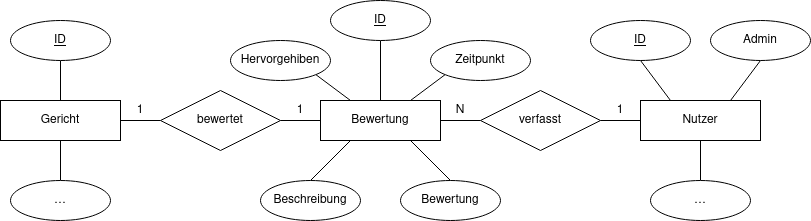
mortimervonchappuis/DBWT keeps this draw.io diagram as meilenstein_4/erm.png. Above is the earlier version. Source tidied: cells renumbered, new cells last; positions are measured from the earlier drawing's top-left corner, leaving out a move shared by most shapes.
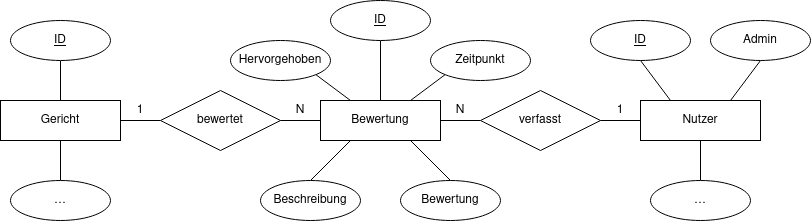
After the change.

Commit message:
fixing git issues

What changed in the source:
```diff
@@ -62,13 +62,13 @@
     <mxCell id="21" value="Bewertung" style="ellipse;whiteSpace=wrap;html=1;align=center;" parent="1" vertex="1">
       <mxGeometry x="400" y="180" width="100" height="40" as="geometry" />
     </mxCell>
-    <mxCell id="22" value="Hervorgehiben" style="ellipse;whiteSpace=wrap;html=1;align=center;" parent="1" vertex="1">
+    <mxCell id="22" value="Hervorgehoben" style="ellipse;whiteSpace=wrap;html=1;align=center;" parent="1" vertex="1">
       <mxGeometry x="230" y="40" width="100" height="40" as="geometry" />
     </mxCell>
     <mxCell id="23" value="1" style="text;html=1;strokeColor=none;fillColor=none;align=center;verticalAlign=middle;whiteSpace=wrap;rounded=0;" parent="1" vertex="1">
       <mxGeometry x="120" y="100" width="40" height="20" as="geometry" />
     </mxCell>
-    <mxCell id="24" value="1" style="text;html=1;strokeColor=none;fillColor=none;align=center;verticalAlign=middle;whiteSpace=wrap;rounded=0;" parent="1" vertex="1">
+    <mxCell id="24" value="N" style="text;html=1;strokeColor=none;fillColor=none;align=center;verticalAlign=middle;whiteSpace=wrap;rounded=0;" parent="1" vertex="1">
       <mxGeometry x="280" y="100" width="40" height="20" as="geometry" />
     </mxCell>
     <mxCell id="25" value="1" style="text;html=1;strokeColor=none;fillColor=none;align=center;verticalAlign=middle;whiteSpace=wrap;rounded=0;" parent="1" vertex="1">
```
